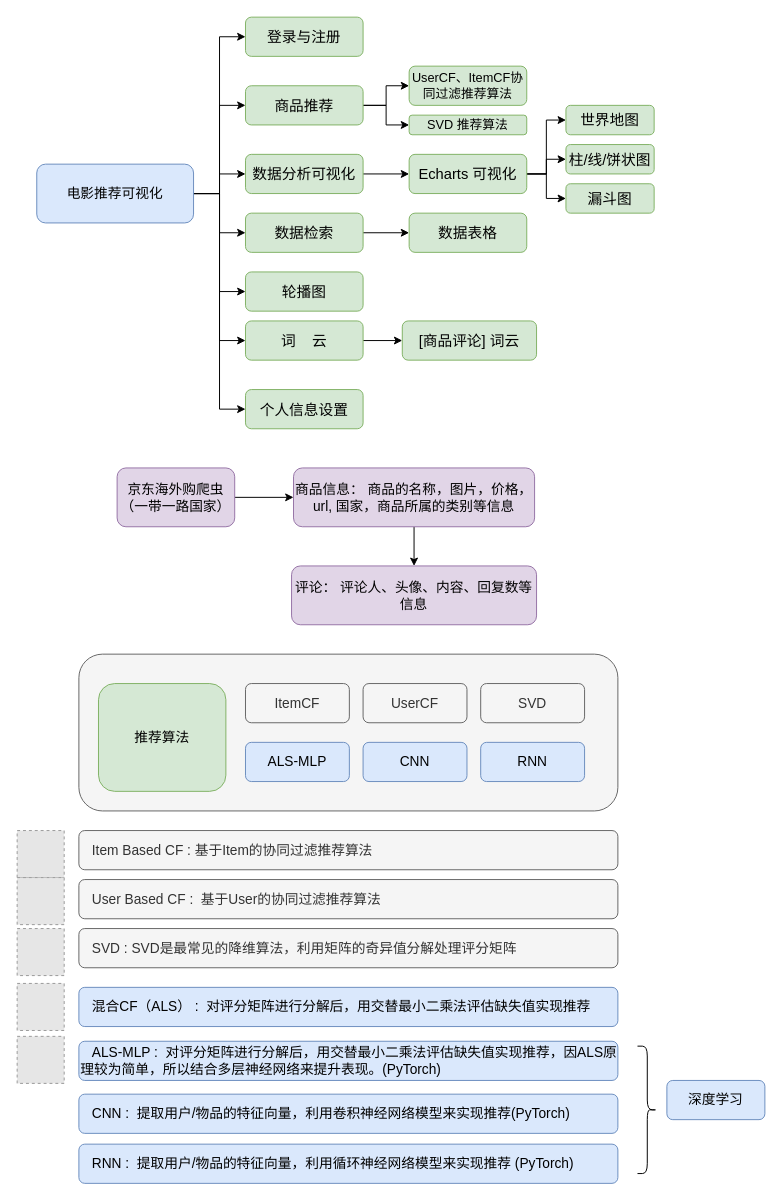
The draw.io diagram FLASK/23电影推荐可视化.drawio in redcomet88/DRAW, before the edit. Source tidied: cells renumbered, new cells numbered last; positions are measured from the earlier drawing's top-left corner, leaving out a move shared by most shapes. Both pictures are drawn from the tidied source at 98%, with x=0, y=0 at pixel (17, 17). Pictures stored in the file or linked from it are replaced by grey dashed boxes.
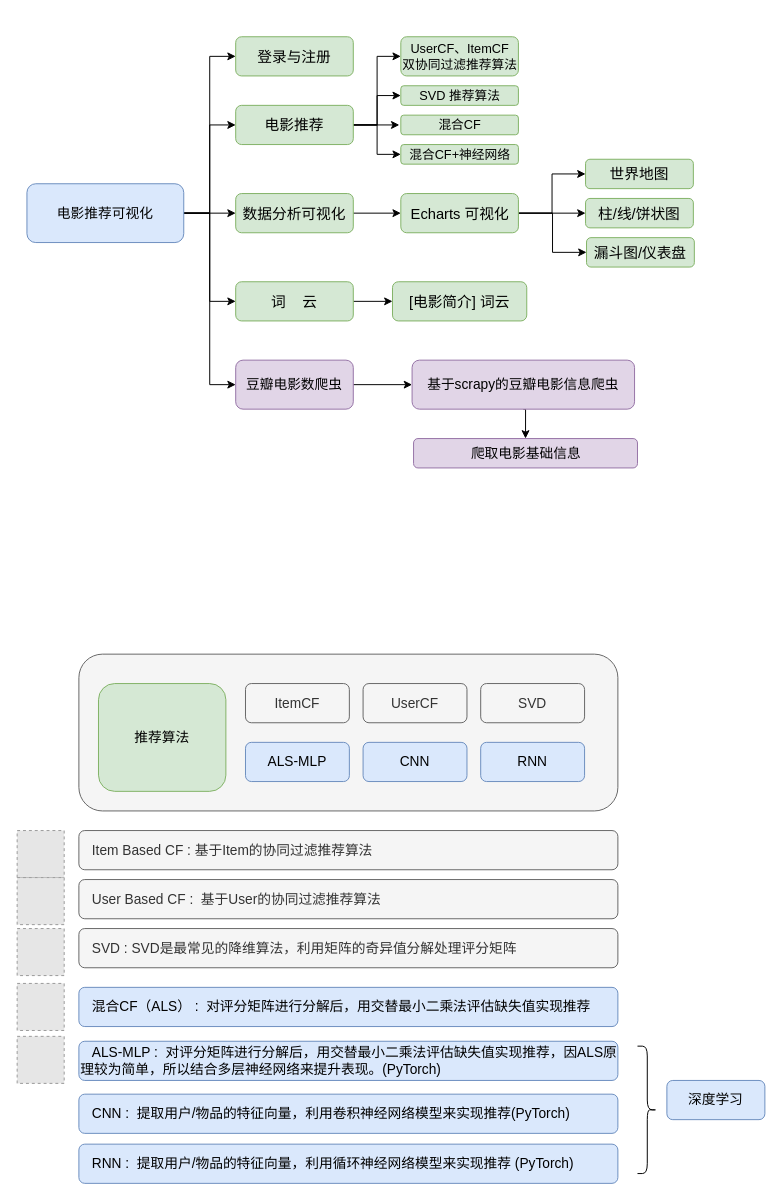
The same diagram, later.

Commit message:
更新23电影推荐可视化.drawio

What changed in the source:
```diff
@@
-    <mxCell id="3" value="京东海外购爬虫&lt;br style=&quot;font-size: 14px;&quot;&gt;（一带一路国家）" style="rounded=1;whiteSpace=wrap;html=1;fillColor=#e1d5e7;strokeColor=#9673a6;fontSize=14;" parent="1" vertex="1">
-      <mxGeometry x="102" y="460" width="120" height="60" as="geometry" />
+    <mxCell id="3" value="豆瓣电影数爬虫" style="rounded=1;whiteSpace=wrap;html=1;fillColor=#e1d5e7;strokeColor=#9673a6;fontSize=14;" parent="1" vertex="1">
+      <mxGeometry x="223" y="350" width="120" height="50" as="geometry" />
     </mxCell>
@@
-    <mxCell id="5" value="商品信息： 商品的名称，图片，价格，url, 国家，商品所属的类别等信息" style="rounded=1;whiteSpace=wrap;html=1;fillColor=#e1d5e7;strokeColor=#9673a6;fontSize=14;" parent="1" vertex="1">
-      <mxGeometry x="282" y="460" width="246" height="60" as="geometry" />
+    <mxCell id="5" value="基于scrapy的豆瓣电影信息爬虫" style="rounded=1;whiteSpace=wrap;html=1;fillColor=#e1d5e7;strokeColor=#9673a6;fontSize=14;" parent="1" vertex="1">
+      <mxGeometry x="403" y="350" width="227" height="50" as="geometry" />
     </mxCell>
-    <mxCell id="6" value="评论： 评论人、头像、内容、回复数等信息" style="rounded=1;whiteSpace=wrap;html=1;fillColor=#e1d5e7;strokeColor=#9673a6;fontSize=14;" parent="1" vertex="1">
-      <mxGeometry x="280" y="560" width="250" height="60" as="geometry" />
+    <mxCell id="6" value="爬取电影基础信息" style="rounded=1;whiteSpace=wrap;html=1;fillColor=#e1d5e7;strokeColor=#9673a6;fontSize=14;" parent="1" vertex="1">
+      <mxGeometry x="404.5" y="430" width="228.5" height="30" as="geometry" />
     </mxCell>
@@
-    <mxCell id="26" style="edgeStyle=orthogonalEdgeStyle;rounded=0;jettySize=auto;html=1;exitX=1;exitY=0.5;exitDx=0;exitDy=0;fontSize=13;" parent="1" edge="1" source="30" target="41">
-      <mxGeometry relative="1" as="geometry" />
-    </mxCell>
@@
-    <mxCell id="28" style="edgeStyle=orthogonalEdgeStyle;rounded=0;jettySize=auto;html=1;exitX=1;exitY=0.5;exitDx=0;exitDy=0;entryX=0;entryY=0.5;entryDx=0;entryDy=0;fontSize=13;" parent="1" edge="1" source="30" target="52">
-      <mxGeometry relative="1" as="geometry" />
-    </mxCell>
-    <mxCell id="29" style="edgeStyle=orthogonalEdgeStyle;rounded=0;jettySize=auto;html=1;exitX=1;exitY=0.5;exitDx=0;exitDy=0;entryX=0;entryY=0.5;entryDx=0;entryDy=0;" parent="1" edge="1" source="30" target="53">
-      <mxGeometry relative="1" as="geometry" />
-    </mxCell>
+    <mxCell id="60" style="edgeStyle=orthogonalEdgeStyle;rounded=0;jettySize=auto;html=1;exitX=1;exitY=0.5;exitDx=0;exitDy=0;entryX=0;entryY=0.5;entryDx=0;entryDy=0;" parent="1" edge="1" source="30" target="3">
+      <mxGeometry relative="1" as="geometry" />
+    </mxCell>
     <mxCell id="30" value="电影推荐可视化" style="rounded=1;whiteSpace=wrap;html=1;fontSize=14;fillColor=#dae8fc;strokeColor=#6c8ebf;" parent="1" vertex="1">
-      <mxGeometry x="20" y="150" width="160" height="60" as="geometry" />
+      <mxGeometry x="10" y="170" width="160" height="60" as="geometry" />
     </mxCell>
     <mxCell id="31" value="登录与注册" style="rounded=1;whiteSpace=wrap;html=1;fontSize=15;fillColor=#d5e8d4;strokeColor=#82b366;" parent="1" vertex="1">
-      <mxGeometry x="233" width="120" height="40" as="geometry" />
+      <mxGeometry x="223" y="20" width="120" height="40" as="geometry" />
     </mxCell>
@@
     <mxCell id="33" value="数据分析可视化" style="rounded=1;whiteSpace=wrap;html=1;fontSize=15;fillColor=#d5e8d4;strokeColor=#82b366;" parent="1" vertex="1">
-      <mxGeometry x="233" y="140" width="120" height="40" as="geometry" />
+      <mxGeometry x="223" y="180" width="120" height="40" as="geometry" />
     </mxCell>
@@
     <mxCell id="35" value="词&amp;nbsp; &amp;nbsp; 云" style="rounded=1;whiteSpace=wrap;html=1;fontSize=15;fillColor=#d5e8d4;strokeColor=#82b366;" parent="1" vertex="1">
-      <mxGeometry x="233" y="310" width="120" height="40" as="geometry" />
+      <mxGeometry x="223" y="270" width="120" height="40" as="geometry" />
     </mxCell>
-    <mxCell id="36" value="[商品评论] 词云" style="rounded=1;whiteSpace=wrap;html=1;fontSize=15;fillColor=#d5e8d4;strokeColor=#82b366;" parent="1" vertex="1">
-      <mxGeometry x="393" y="310" width="137" height="40" as="geometry" />
+    <mxCell id="36" value="[电影简介] 词云" style="rounded=1;whiteSpace=wrap;html=1;fontSize=15;fillColor=#d5e8d4;strokeColor=#82b366;" parent="1" vertex="1">
+      <mxGeometry x="383" y="270" width="137" height="40" as="geometry" />
     </mxCell>
@@
+    <mxCell id="61" style="edgeStyle=orthogonalEdgeStyle;rounded=0;jettySize=auto;html=1;exitX=1;exitY=0.5;exitDx=0;exitDy=0;" parent="1" edge="1" source="39">
+      <mxGeometry relative="1" as="geometry">
+        <mxPoint x="390" y="110" as="targetPoint" />
+      </mxGeometry>
+    </mxCell>
+    <mxCell id="62" style="edgeStyle=orthogonalEdgeStyle;rounded=0;jettySize=auto;html=1;exitX=1;exitY=0.5;exitDx=0;exitDy=0;entryX=0;entryY=0.5;entryDx=0;entryDy=0;" parent="1" edge="1" source="39" target="64">
+      <mxGeometry relative="1" as="geometry" />
+    </mxCell>
-    <mxCell id="39" value="商品推荐" style="rounded=1;whiteSpace=wrap;html=1;fontSize=15;fillColor=#d5e8d4;strokeColor=#82b366;" parent="1" vertex="1">
-      <mxGeometry x="233" y="70" width="120" height="40" as="geometry" />
+    <mxCell id="39" value="电影推荐" style="rounded=1;whiteSpace=wrap;html=1;fontSize=15;fillColor=#d5e8d4;strokeColor=#82b366;" parent="1" vertex="1">
+      <mxGeometry x="223" y="90" width="120" height="40" as="geometry" />
     </mxCell>
-    <mxCell id="40" style="edgeStyle=orthogonalEdgeStyle;rounded=0;jettySize=auto;html=1;exitX=1;exitY=0.5;exitDx=0;exitDy=0;entryX=0;entryY=0.5;entryDx=0;entryDy=0;fontSize=13;" parent="1" edge="1" source="41" target="51">
-      <mxGeometry relative="1" as="geometry" />
-    </mxCell>
-    <mxCell id="41" value="数据检索" style="rounded=1;whiteSpace=wrap;html=1;fontSize=15;fillColor=#d5e8d4;strokeColor=#82b366;" parent="1" vertex="1">
-      <mxGeometry x="233" y="200" width="120" height="40" as="geometry" />
-    </mxCell>
-    <mxCell id="42" value="UserCF、ItemCF协同过滤推荐算法" style="rounded=1;whiteSpace=wrap;html=1;fontSize=13;fillColor=#d5e8d4;strokeColor=#82b366;" parent="1" vertex="1">
-      <mxGeometry x="400" y="50" width="120" height="40" as="geometry" />
+    <mxCell id="42" value="UserCF、ItemCF&lt;br&gt;双协同过滤推荐算法" style="rounded=1;whiteSpace=wrap;html=1;fontSize=13;fillColor=#d5e8d4;strokeColor=#82b366;" parent="1" vertex="1">
+      <mxGeometry x="391.5" y="20" width="120" height="40" as="geometry" />
     </mxCell>
     <mxCell id="43" value="SVD 推荐算法" style="rounded=1;whiteSpace=wrap;html=1;fontSize=13;fillColor=#d5e8d4;strokeColor=#82b366;" parent="1" vertex="1">
-      <mxGeometry x="400" y="100" width="120" height="20" as="geometry" />
+      <mxGeometry x="391.5" y="70" width="120" height="20" as="geometry" />
     </mxCell>
@@
     <mxCell id="47" value="Echarts 可视化" style="rounded=1;whiteSpace=wrap;html=1;fontSize=15;fillColor=#d5e8d4;strokeColor=#82b366;" parent="1" vertex="1">
-      <mxGeometry x="400" y="140" width="120" height="40" as="geometry" />
+      <mxGeometry x="391.5" y="180" width="120" height="40" as="geometry" />
     </mxCell>
     <mxCell id="48" value="世界地图" style="rounded=1;whiteSpace=wrap;html=1;fontSize=15;fillColor=#d5e8d4;strokeColor=#82b366;" parent="1" vertex="1">
-      <mxGeometry x="560" y="90" width="90" height="30" as="geometry" />
+      <mxGeometry x="580" y="145" width="110" height="30" as="geometry" />
     </mxCell>
     <mxCell id="49" value="柱/线/饼状图" style="rounded=1;whiteSpace=wrap;html=1;fontSize=15;fillColor=#d5e8d4;strokeColor=#82b366;" parent="1" vertex="1">
-      <mxGeometry x="560" y="130" width="90" height="30" as="geometry" />
+      <mxGeometry x="580" y="185" width="110" height="30" as="geometry" />
     </mxCell>
-    <mxCell id="50" value="漏斗图" style="rounded=1;whiteSpace=wrap;html=1;fontSize=15;fillColor=#d5e8d4;strokeColor=#82b366;" parent="1" vertex="1">
-      <mxGeometry x="560" y="170" width="90" height="30" as="geometry" />
+    <mxCell id="50" value="漏斗图/仪表盘" style="rounded=1;whiteSpace=wrap;html=1;fontSize=15;fillColor=#d5e8d4;strokeColor=#82b366;" parent="1" vertex="1">
+      <mxGeometry x="581" y="225" width="110" height="30" as="geometry" />
     </mxCell>
-    <mxCell id="51" value="数据表格" style="rounded=1;whiteSpace=wrap;html=1;fontSize=15;fillColor=#d5e8d4;strokeColor=#82b366;" parent="1" vertex="1">
-      <mxGeometry x="400" y="200" width="120" height="40" as="geometry" />
-    </mxCell>
-    <mxCell id="52" value="个人信息设置" style="rounded=1;whiteSpace=wrap;html=1;fontSize=15;fillColor=#d5e8d4;strokeColor=#82b366;" parent="1" vertex="1">
-      <mxGeometry x="233" y="380" width="120" height="40" as="geometry" />
-    </mxCell>
-    <mxCell id="53" value="轮播图" style="rounded=1;whiteSpace=wrap;html=1;fontSize=15;fillColor=#d5e8d4;strokeColor=#82b366;" parent="1" vertex="1">
-      <mxGeometry x="233" y="260" width="120" height="40" as="geometry" />
-    </mxCell>
@@
+    <mxCell id="63" value="混合CF" style="rounded=1;whiteSpace=wrap;html=1;fontSize=13;fillColor=#d5e8d4;strokeColor=#82b366;" parent="1" vertex="1">
+      <mxGeometry x="391.5" y="100" width="120" height="20" as="geometry" />
+    </mxCell>
+    <mxCell id="64" value="混合CF+神经网络" style="rounded=1;whiteSpace=wrap;html=1;fontSize=13;fillColor=#d5e8d4;strokeColor=#82b366;" parent="1" vertex="1">
+      <mxGeometry x="391.5" y="130" width="120" height="20" as="geometry" />
+    </mxCell>
```
